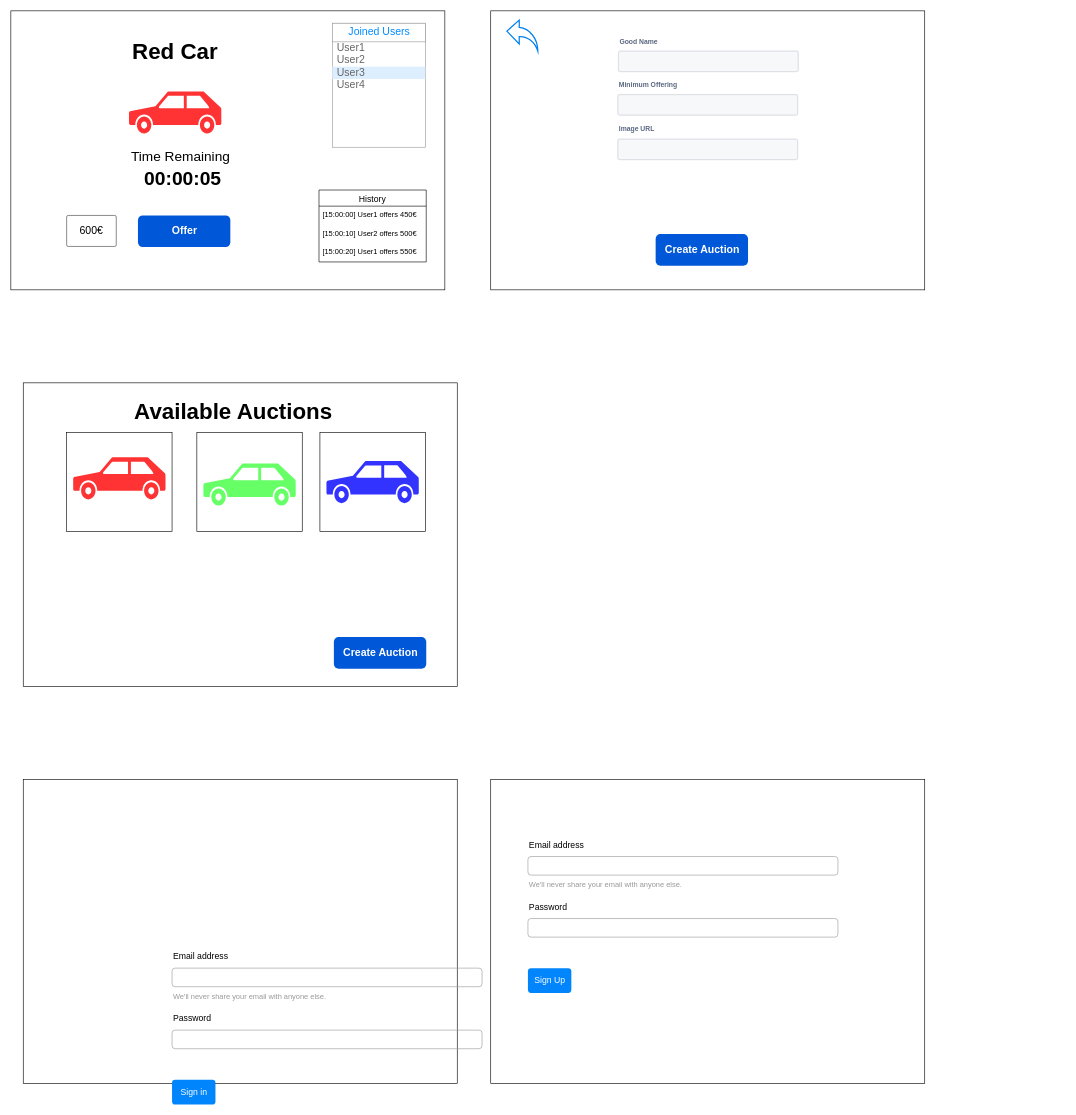
gerti98/DistributedSystemsProject keeps this draw.io diagram as wireframeDSMT.drawio. Above is the earlier version. Source tidied: cells renumbered, new cells numbered last; positions are measured from the earlier drawing's top-left corner, leaving out a move shared by most shapes. Both pictures are drawn from the tidied source at 62%, with x=0, y=0 at pixel (11, 11).
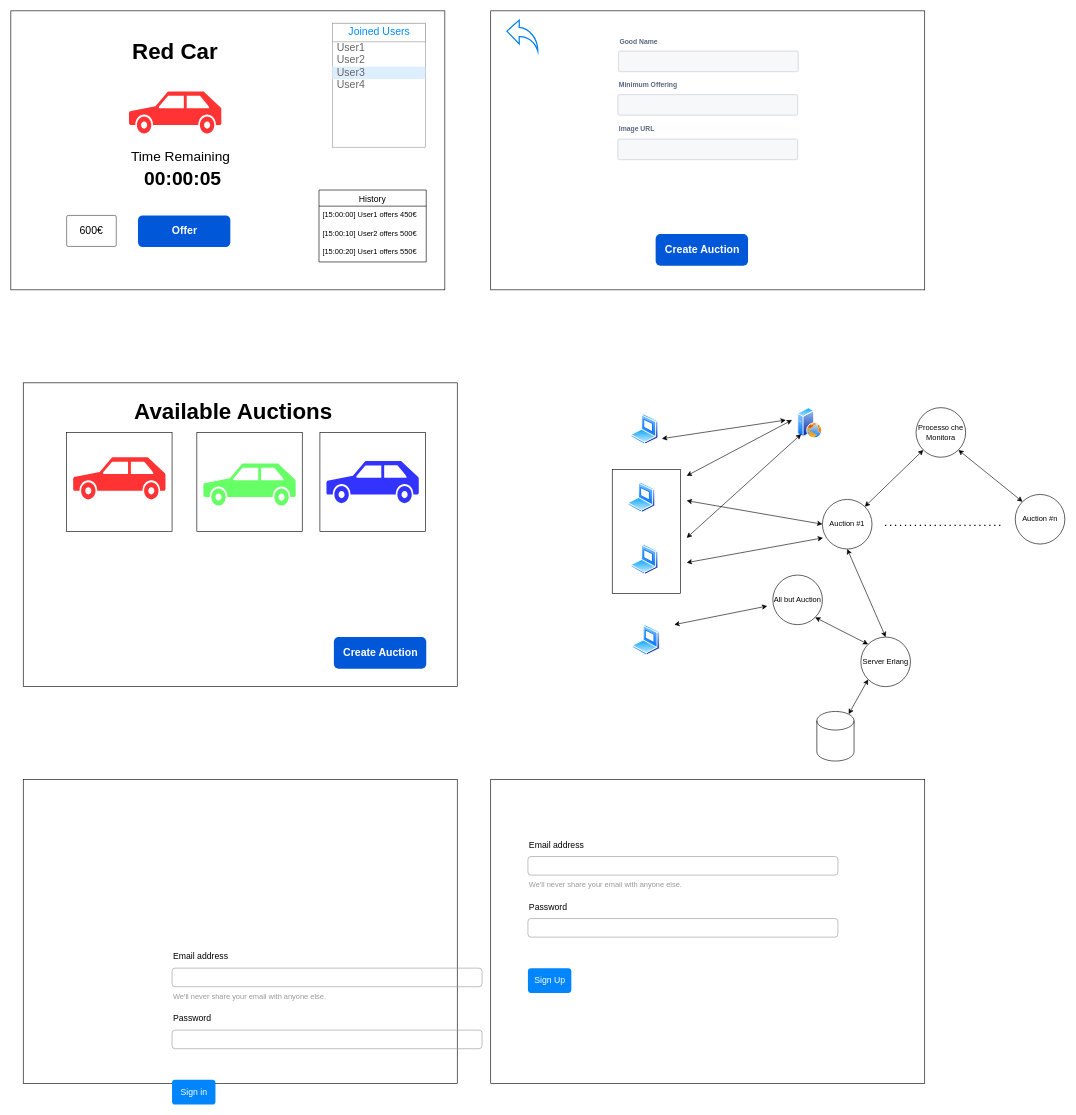
Above is the later version.

Diff of the diagram source:
```diff
@@
+    <mxCell id="51" value="Server Erlang" style="ellipse;whiteSpace=wrap;html=1;" parent="1" vertex="1">
+      <mxGeometry x="1371" y="1010" width="80" height="80" as="geometry" />
+    </mxCell>
+    <mxCell id="52" style="shape=cylinder3;whiteSpace=wrap;html=1;boundedLbl=1;backgroundOutline=1;size=15;" parent="1" vertex="1">
+      <mxGeometry x="1300" y="1130" width="60" height="80" as="geometry" />
+    </mxCell>
+    <mxCell id="53" style="perimeter=ellipsePerimeter;html=1;align=center;shadow=0;dashed=0;spacingTop=3;image;image=img/lib/active_directory/web_server.svg;" parent="1" vertex="1">
+      <mxGeometry x="1269" y="640" width="40" height="50" as="geometry" />
+    </mxCell>
+    <mxCell id="54" style="perimeter=ellipsePerimeter;html=1;align=center;shadow=0;dashed=0;spacingTop=3;image;image=img/lib/active_directory/laptop_client.svg;" parent="1" vertex="1">
+      <mxGeometry x="995" y="760" width="45" height="50" as="geometry" />
+    </mxCell>
+    <mxCell id="55" style="perimeter=ellipsePerimeter;html=1;align=center;shadow=0;dashed=0;spacingTop=3;image;image=img/lib/active_directory/laptop_client.svg;" parent="1" vertex="1">
+      <mxGeometry x="1000" y="860" width="45" height="50" as="geometry" />
+    </mxCell>
+    <mxCell id="56" style="perimeter=ellipsePerimeter;html=1;align=center;shadow=0;dashed=0;spacingTop=3;image;image=img/lib/active_directory/laptop_client.svg;" parent="1" vertex="1">
+      <mxGeometry x="1000" y="650" width="45" height="50" as="geometry" />
+    </mxCell>
+    <mxCell id="57" style="endArrow=classic;startArrow=classic;html=1;rounded=0;entryX=0;entryY=1;entryDx=0;entryDy=0;" parent="1" edge="1" target="53">
+      <mxGeometry relative="1" as="geometry">
+        <mxPoint x="1090" y="850" as="sourcePoint" />
+      </mxGeometry>
+    </mxCell>
+    <mxCell id="58" style="endArrow=classic;startArrow=classic;html=1;rounded=0;" parent="1" edge="1">
+      <mxGeometry relative="1" as="geometry">
+        <mxPoint x="1090" y="750" as="sourcePoint" />
+        <mxPoint x="1260" y="660" as="targetPoint" />
+      </mxGeometry>
+    </mxCell>
+    <mxCell id="59" style="endArrow=classic;startArrow=classic;html=1;rounded=0;" parent="1" edge="1">
+      <mxGeometry relative="1" as="geometry">
+        <mxPoint x="1050" y="690" as="sourcePoint" />
+        <mxPoint x="1250" y="660" as="targetPoint" />
+      </mxGeometry>
+    </mxCell>
+    <mxCell id="60" style="rounded=0;whiteSpace=wrap;html=1;fillColor=none;" parent="1" vertex="1">
+      <mxGeometry x="970" y="740" width="110" height="200" as="geometry" />
+    </mxCell>
+    <mxCell id="61" value="Auction #1" style="ellipse;whiteSpace=wrap;html=1;" parent="1" vertex="1">
+      <mxGeometry x="1309" y="788" width="80" height="80" as="geometry" />
+    </mxCell>
+    <mxCell id="62" style="endArrow=classic;startArrow=classic;html=1;rounded=0;entryX=0.012;entryY=0.775;entryDx=0;entryDy=0;entryPerimeter=0;" parent="1" edge="1" target="61">
+      <mxGeometry relative="1" as="geometry">
+        <mxPoint x="1090" y="890" as="sourcePoint" />
+      </mxGeometry>
+    </mxCell>
+    <mxCell id="63" style="endArrow=classic;startArrow=classic;html=1;rounded=0;entryX=0;entryY=0.5;entryDx=0;entryDy=0;" parent="1" edge="1" target="61">
+      <mxGeometry relative="1" as="geometry">
+        <mxPoint x="1090" y="790" as="sourcePoint" />
+      </mxGeometry>
+    </mxCell>
+    <mxCell id="64" style="endArrow=classic;startArrow=classic;html=1;rounded=0;exitX=0.855;exitY=0;exitDx=0;exitDy=4.35;exitPerimeter=0;entryX=0;entryY=1;entryDx=0;entryDy=0;" parent="1" edge="1" source="52" target="51">
+      <mxGeometry relative="1" as="geometry" />
+    </mxCell>
+    <mxCell id="65" value="Processo che Monitora" style="ellipse;whiteSpace=wrap;html=1;fillColor=none;" parent="1" vertex="1">
+      <mxGeometry x="1460" y="640" width="80" height="80" as="geometry" />
+    </mxCell>
+    <mxCell id="66" style="endArrow=classic;startArrow=classic;html=1;rounded=0;exitX=1;exitY=0;exitDx=0;exitDy=0;entryX=0;entryY=1;entryDx=0;entryDy=0;" parent="1" edge="1" source="61" target="65">
+      <mxGeometry relative="1" as="geometry" />
+    </mxCell>
+    <mxCell id="67" style="endArrow=none;dashed=1;html=1;dashPattern=1 3;strokeWidth=2;rounded=0;" parent="1" edge="1">
+      <mxGeometry relative="1" as="geometry">
+        <mxPoint x="1410" y="830" as="sourcePoint" />
+        <mxPoint x="1600" y="830" as="targetPoint" />
+      </mxGeometry>
+    </mxCell>
+    <mxCell id="68" style="endArrow=classic;startArrow=classic;html=1;rounded=0;entryX=0.5;entryY=1;entryDx=0;entryDy=0;exitX=0.5;exitY=0;exitDx=0;exitDy=0;" parent="1" edge="1" source="51" target="61">
+      <mxGeometry relative="1" as="geometry" />
+    </mxCell>
+    <mxCell id="69" value="Auction #n" style="ellipse;whiteSpace=wrap;html=1;fillColor=none;" parent="1" vertex="1">
+      <mxGeometry x="1620" y="780" width="80" height="80" as="geometry" />
+    </mxCell>
+    <mxCell id="70" style="endArrow=classic;startArrow=classic;html=1;rounded=0;entryX=1;entryY=1;entryDx=0;entryDy=0;exitX=0;exitY=0;exitDx=0;exitDy=0;" parent="1" edge="1" source="69" target="65">
+      <mxGeometry relative="1" as="geometry" />
+    </mxCell>
+    <mxCell id="71" value="All but Auction" style="ellipse;whiteSpace=wrap;html=1;fillColor=none;" parent="1" vertex="1">
+      <mxGeometry x="1229" y="910" width="80" height="80" as="geometry" />
+    </mxCell>
+    <mxCell id="72" style="endArrow=classic;startArrow=classic;html=1;rounded=0;entryX=1;entryY=1;entryDx=0;entryDy=0;exitX=0;exitY=0;exitDx=0;exitDy=0;" parent="1" edge="1" source="51" target="71">
+      <mxGeometry relative="1" as="geometry" />
+    </mxCell>
+    <mxCell id="73" style="endArrow=classic;startArrow=classic;html=1;rounded=0;" parent="1" edge="1">
+      <mxGeometry relative="1" as="geometry">
+        <mxPoint x="1070" y="990" as="sourcePoint" />
+        <mxPoint x="1220" y="960" as="targetPoint" />
+      </mxGeometry>
+    </mxCell>
+    <mxCell id="74" style="perimeter=ellipsePerimeter;html=1;align=center;shadow=0;dashed=0;spacingTop=3;image;image=img/lib/active_directory/laptop_client.svg;" parent="1" vertex="1">
+      <mxGeometry x="1002.5" y="990" width="45" height="50" as="geometry" />
+    </mxCell>
```
